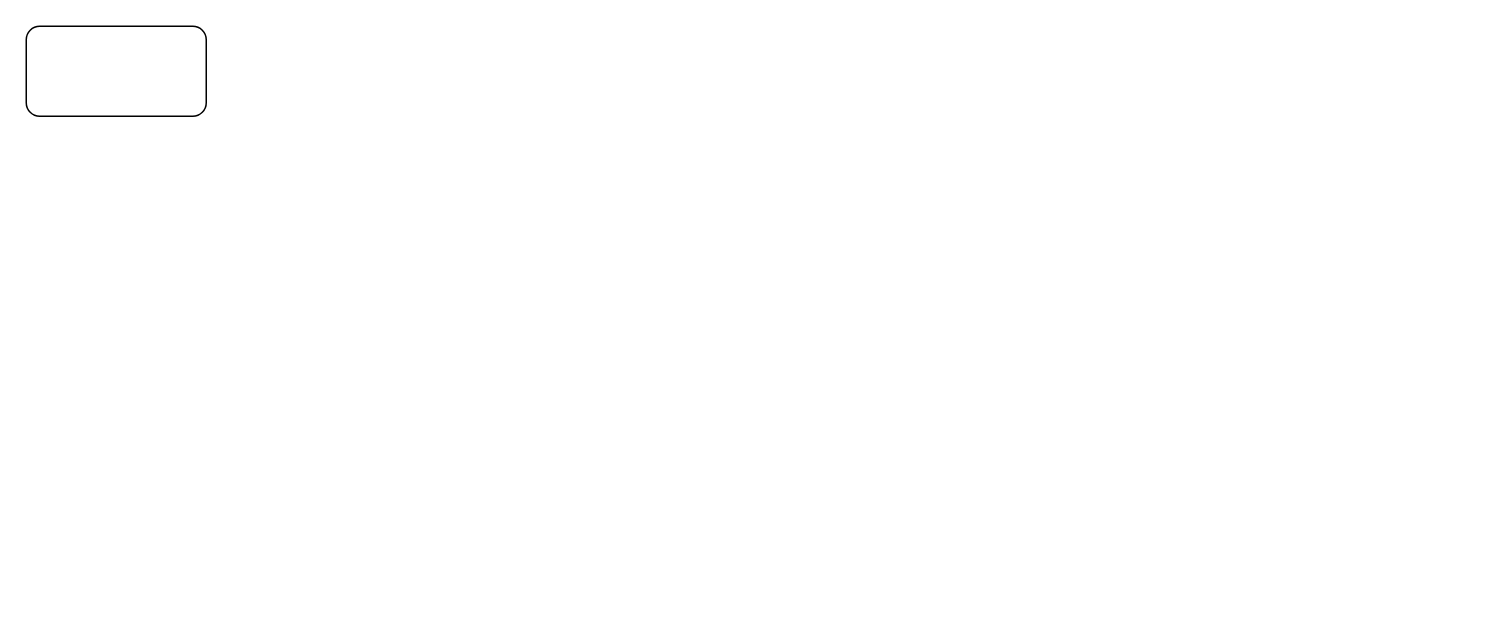
This is 王阁森齐国史/第一章齐国建立前齐地文化和方国.drawio from ZizhengYang/Mind_Maps_of_Reading, a draw.io file, before an edit. Source tidied: cells renumbered, new cells numbered last; positions are measured from the earlier drawing's top-left corner, leaving out a move shared by most shapes. Both pictures are drawn from the tidied source at 150%, with x=0, y=0 at pixel (26, 26).
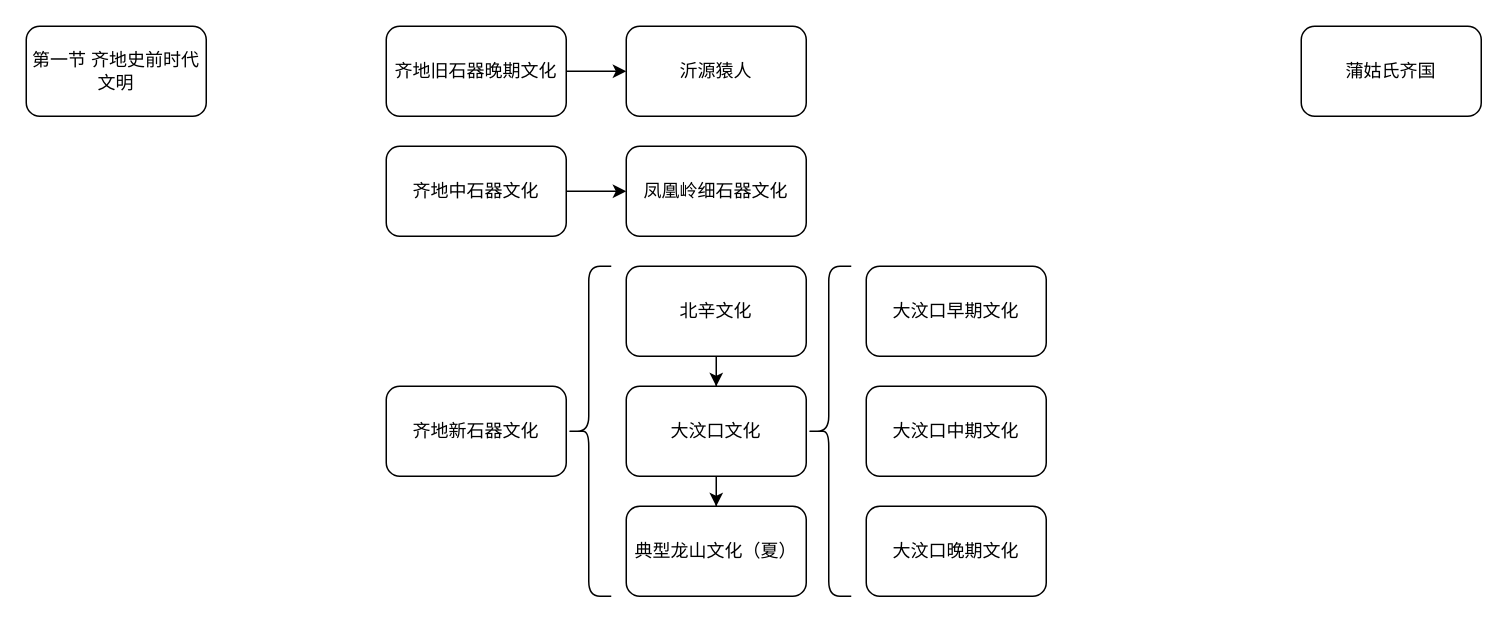
The same page after the edit.

Commit message:
Update 第一章齐国建立前齐地文化和方国.drawio

Change to the diagram source:
```diff
@@
-    <mxCell id="2" style="rounded=1;whiteSpace=wrap;html=1;" parent="1" vertex="1">
+    <mxCell id="2" value="第一节 齐地史前时代文明" style="rounded=1;whiteSpace=wrap;html=1;" parent="1" vertex="1">
       <mxGeometry width="120" height="60" as="geometry" />
     </mxCell>
+    <mxCell id="3" value="沂源猿人" style="rounded=1;whiteSpace=wrap;html=1;" parent="1" vertex="1">
+      <mxGeometry x="400" width="120" height="60" as="geometry" />
+    </mxCell>
+    <mxCell id="4" style="edgeStyle=orthogonalEdgeStyle;rounded=0;jettySize=auto;html=1;entryX=0;entryY=0.5;entryDx=0;entryDy=0;" parent="1" edge="1" source="5" target="3">
+      <mxGeometry relative="1" as="geometry" />
+    </mxCell>
+    <mxCell id="5" value="齐地旧石器晚期文化" style="rounded=1;whiteSpace=wrap;html=1;" parent="1" vertex="1">
+      <mxGeometry x="240" width="120" height="60" as="geometry" />
+    </mxCell>
+    <mxCell id="6" style="edgeStyle=orthogonalEdgeStyle;rounded=0;jettySize=auto;html=1;" parent="1" edge="1" source="7" target="8">
+      <mxGeometry relative="1" as="geometry" />
+    </mxCell>
+    <mxCell id="7" value="齐地中石器文化" style="rounded=1;whiteSpace=wrap;html=1;" parent="1" vertex="1">
+      <mxGeometry x="240" y="80" width="120" height="60" as="geometry" />
+    </mxCell>
+    <mxCell id="8" value="凤凰岭细石器文化" style="whiteSpace=wrap;html=1;rounded=1;" parent="1" vertex="1">
+      <mxGeometry x="400" y="80" width="120" height="60" as="geometry" />
+    </mxCell>
+    <mxCell id="9" value="齐地新石器文化" style="rounded=1;whiteSpace=wrap;html=1;" parent="1" vertex="1">
+      <mxGeometry x="240" y="240" width="120" height="60" as="geometry" />
+    </mxCell>
+    <mxCell id="10" style="edgeStyle=orthogonalEdgeStyle;rounded=0;jettySize=auto;html=1;" parent="1" edge="1" source="11" target="13">
+      <mxGeometry relative="1" as="geometry" />
+    </mxCell>
+    <mxCell id="11" value="北辛文化" style="whiteSpace=wrap;html=1;rounded=1;" parent="1" vertex="1">
+      <mxGeometry x="400" y="160" width="120" height="60" as="geometry" />
+    </mxCell>
+    <mxCell id="12" style="edgeStyle=orthogonalEdgeStyle;rounded=0;jettySize=auto;html=1;" parent="1" edge="1" source="13" target="14">
+      <mxGeometry relative="1" as="geometry" />
+    </mxCell>
+    <mxCell id="13" value="大汶口文化" style="whiteSpace=wrap;html=1;rounded=1;" parent="1" vertex="1">
+      <mxGeometry x="400" y="240" width="120" height="60" as="geometry" />
+    </mxCell>
+    <mxCell id="14" value="典型龙山文化（夏）" style="whiteSpace=wrap;html=1;rounded=1;" parent="1" vertex="1">
+      <mxGeometry x="400" y="320" width="120" height="60" as="geometry" />
+    </mxCell>
+    <mxCell id="15" style="shape=curlyBracket;whiteSpace=wrap;html=1;rounded=1;" parent="1" vertex="1">
+      <mxGeometry x="360" y="160" width="30" height="220" as="geometry" />
+    </mxCell>
+    <mxCell id="16" style="shape=curlyBracket;whiteSpace=wrap;html=1;rounded=1;" parent="1" vertex="1">
+      <mxGeometry x="520" y="160" width="30" height="220" as="geometry" />
+    </mxCell>
+    <mxCell id="17" value="大汶口早期文化" style="whiteSpace=wrap;html=1;rounded=1;" parent="1" vertex="1">
+      <mxGeometry x="560" y="160" width="120" height="60" as="geometry" />
+    </mxCell>
+    <mxCell id="18" value="大汶口中期文化" style="whiteSpace=wrap;html=1;rounded=1;" parent="1" vertex="1">
+      <mxGeometry x="560" y="240" width="120" height="60" as="geometry" />
+    </mxCell>
+    <mxCell id="19" value="大汶口晚期文化" style="whiteSpace=wrap;html=1;rounded=1;" parent="1" vertex="1">
+      <mxGeometry x="560" y="320" width="120" height="60" as="geometry" />
+    </mxCell>
+    <mxCell id="20" value="蒲姑氏齐国" style="rounded=1;whiteSpace=wrap;html=1;" parent="1" vertex="1">
+      <mxGeometry x="850" width="120" height="60" as="geometry" />
+    </mxCell>
```
